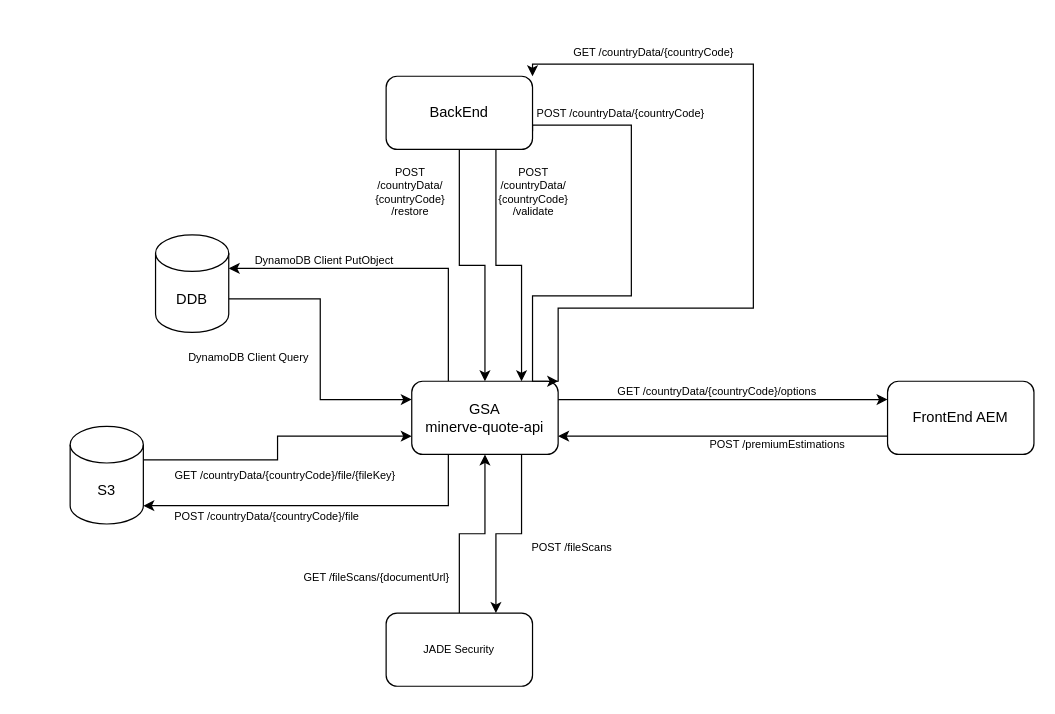
This is Minerve.drawio from jbcfrance/at, a draw.io file, before an edit. Source tidied: cells renumbered, new cells numbered last; positions are measured from the earlier drawing's top-left corner, leaving out a move shared by most shapes. Both pictures are drawn from the tidied source at 122%, with x=0, y=0 at pixel (70, 63).
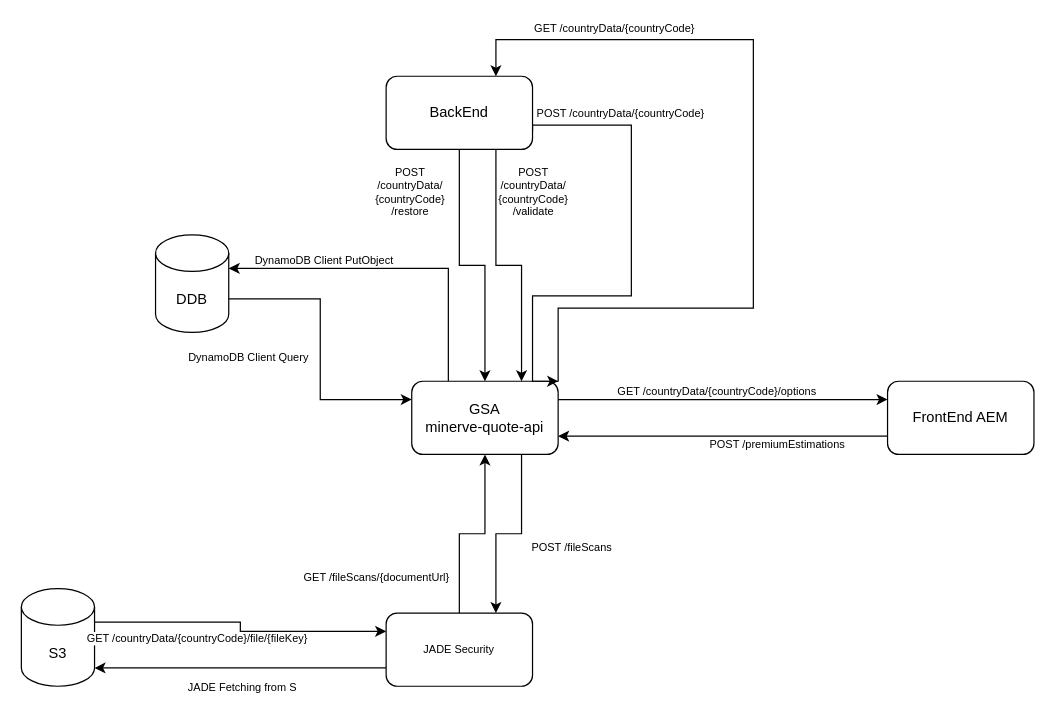
After the change.

Commit message:
Mettre à jour Minerve.drawio

Unchanged cells that the change refers to:
```xml
<mxCell id="17" value="GSA&lt;br&gt;minerve-quote-api" style="rounded=1;whiteSpace=wrap;html=1;" parent="1" vertex="1">
  <mxGeometry x="280" y="260" width="120" height="60" as="geometry" />
</mxCell>
<mxCell id="21" value="BackEnd" style="rounded=1;whiteSpace=wrap;html=1;" parent="1" vertex="1">
  <mxGeometry x="259" y="10" width="120" height="60" as="geometry" />
</mxCell>
<mxCell id="30" value="JADE Security" style="rounded=1;whiteSpace=wrap;html=1;labelBackgroundColor=none;fontSize=9;fontColor=#000000;" parent="1" vertex="1">
  <mxGeometry x="259" y="450" width="120" height="60" as="geometry" />
</mxCell>
```

The edit, as a diff of the source:
```diff
@@
-    <mxCell id="5" style="edgeStyle=orthogonalEdgeStyle;rounded=0;jettySize=auto;html=1;exitX=1;exitY=0;exitDx=0;exitDy=27.5;exitPerimeter=0;entryX=0;entryY=0.75;entryDx=0;entryDy=0;fontSize=9;fontColor=#000000;" parent="1" edge="1" source="6" target="17">
+    <mxCell id="5" style="edgeStyle=orthogonalEdgeStyle;rounded=0;jettySize=auto;html=1;exitX=1;exitY=0;exitDx=0;exitDy=27.5;exitPerimeter=0;entryX=0;entryY=0.25;entryDx=0;entryDy=0;fontSize=9;fontColor=#000000;" parent="1" edge="1" source="6" target="30">
       <mxGeometry relative="1" as="geometry" />
     </mxCell>
     <mxCell id="6" value="S3" style="shape=cylinder3;whiteSpace=wrap;html=1;boundedLbl=1;backgroundOutline=1;size=15;" parent="1" vertex="1">
-      <mxGeometry y="297" width="60" height="80" as="geometry" />
+      <mxGeometry x="-40" y="430" width="60" height="80" as="geometry" />
     </mxCell>
@@
-    <mxCell id="9" style="edgeStyle=orthogonalEdgeStyle;rounded=0;jettySize=auto;html=1;exitX=0.95;exitY=0;exitDx=0;exitDy=0;fontSize=9;fontColor=#000000;entryX=1;entryY=0;entryDx=0;entryDy=0;exitPerimeter=0;" parent="1" edge="1" source="17" target="21">
+    <mxCell id="9" style="edgeStyle=orthogonalEdgeStyle;rounded=0;jettySize=auto;html=1;exitX=0.95;exitY=0;exitDx=0;exitDy=0;fontSize=9;fontColor=#000000;entryX=0.75;entryY=0;entryDx=0;entryDy=0;exitPerimeter=0;" parent="1" edge="1" source="17" target="21">
       <mxGeometry relative="1" as="geometry">
         <Array as="points">
           <mxPoint x="400" y="260" />
           <mxPoint x="400" y="200" />
           <mxPoint x="560" y="200" />
-          <mxPoint x="560" />
-          <mxPoint x="379" />
+          <mxPoint x="560" y="-20" />
+          <mxPoint x="349" y="-20" />
         </Array>
       </mxGeometry>
     </mxCell>
@@
-    <mxCell id="11" style="edgeStyle=orthogonalEdgeStyle;rounded=0;jettySize=auto;html=1;entryX=1;entryY=1;entryDx=0;entryDy=-15;entryPerimeter=0;fontSize=9;fontColor=#000000;exitX=0.25;exitY=1;exitDx=0;exitDy=0;" parent="1" edge="1" source="17" target="6">
+    <mxCell id="11" style="edgeStyle=orthogonalEdgeStyle;rounded=0;jettySize=auto;html=1;entryX=1;entryY=1;entryDx=0;entryDy=-15;entryPerimeter=0;fontSize=9;fontColor=#000000;exitX=0;exitY=0.75;exitDx=0;exitDy=0;" parent="1" edge="1" source="30" target="6">
       <mxGeometry relative="1" as="geometry" />
     </mxCell>
@@
-    <mxCell id="25" value="POST /countryData/{countryCode}/file" style="edgeLabel;html=1;align=center;verticalAlign=middle;fontSize=9;fontColor=#000000;" parent="1" vertex="1">
-      <mxGeometry x="160" y="370" as="geometry" />
+    <mxCell id="25" value="JADE Fetching from S" style="edgeLabel;html=1;align=center;verticalAlign=middle;fontSize=9;fontColor=#000000;" parent="1" vertex="1">
+      <mxGeometry x="140" y="510" as="geometry" />
     </mxCell>
```
